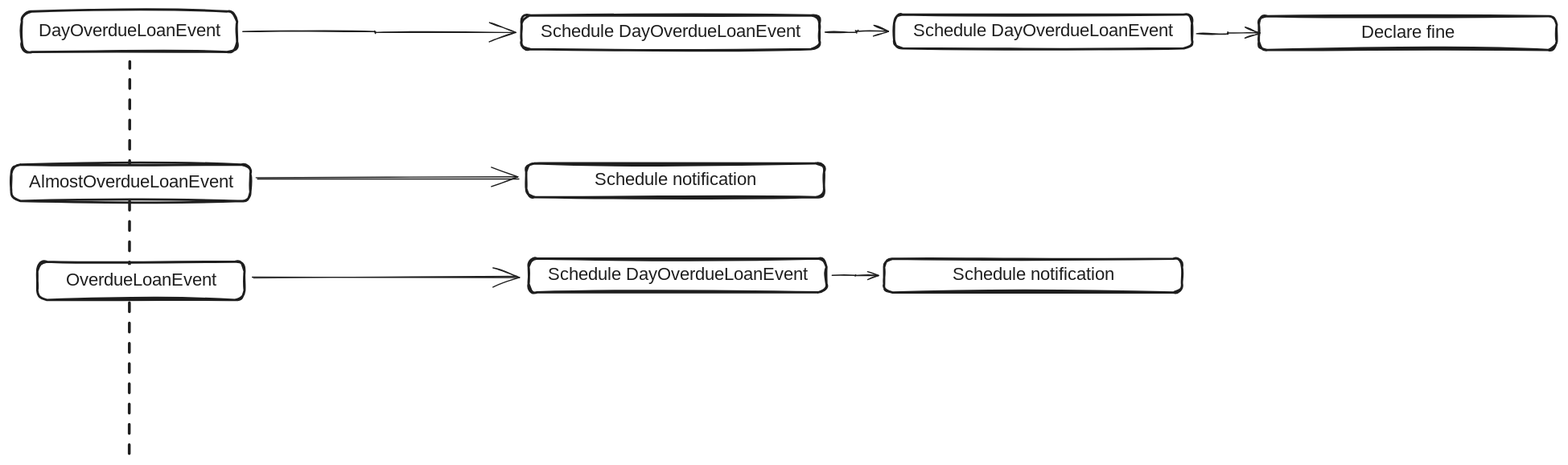
pieter-groenendijk/library-management-system keeps this Excalidraw diagram as documents/design/events/assets/loan-event-actions.excalidraw.svg. Above is the earlier version. Source tidied: one line per element, renumbered; positions are measured from the earlier drawing's top-left corner, leaving out a move shared by most shapes.
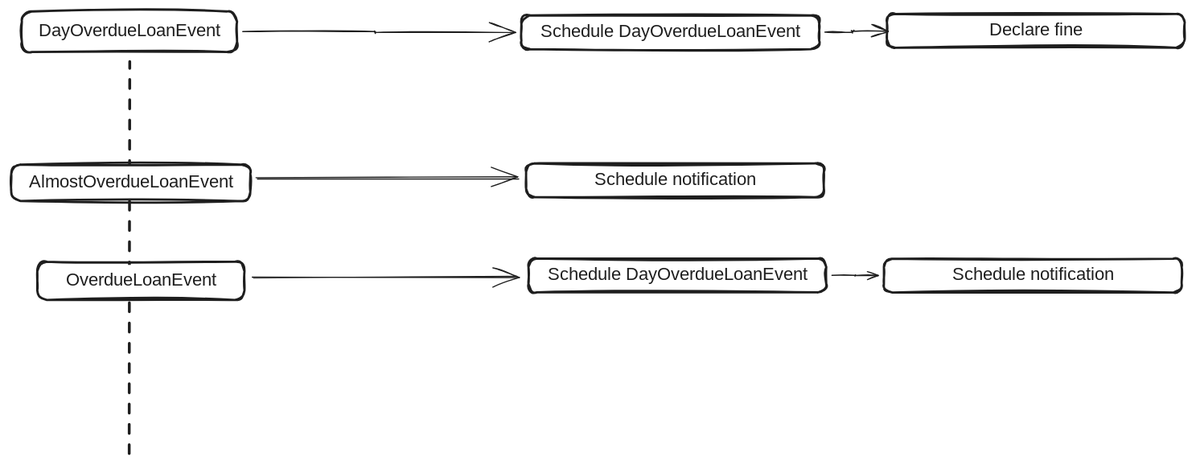
Above is the later version.

What changed in the source:
```diff
@@ -17,9 +17,6 @@
 {"id": 16, "type": "arrow", "strokeColor": "#1e1e1e", "strokeWidth": 1, "roughness": 1, "endArrowhead": "arrow", "from": 12, "x": 206, "y": 18, "width": 242, "height": 1, "points": [[0, 0], [118, 0], [118, 1], [242, 1]]}
 {"id": 17, "type": "rectangle", "strokeColor": "#1e1e1e", "strokeWidth": 2, "roughness": 1, "round": true, "x": 453, "y": 3, "width": 264, "height": 30}
 {"id": 18, "type": "text", "text": "Schedule DayOverdueLoanEvent", "strokeColor": "#1e1e1e", "strokeWidth": 2, "roughness": 1, "fontSize": 16, "fontFamily": 5, "textAlign": "center", "verticalAlign": "middle", "inside": 17, "x": 462, "y": 8, "width": 247, "height": 20}
-{"id": 19, "type": "rectangle", "strokeColor": "#1e1e1e", "strokeWidth": 2, "roughness": 1, "round": true, "x": 784, "y": 3, "width": 264, "height": 30}
-{"id": 20, "type": "text", "text": "Schedule DayOverdueLoanEvent", "strokeColor": "#1e1e1e", "strokeWidth": 2, "roughness": 1, "fontSize": 16, "fontFamily": 5, "textAlign": "center", "verticalAlign": "middle", "inside": 19, "x": 792, "y": 8, "width": 247, "height": 20}
-{"id": 21, "type": "arrow", "strokeColor": "#1e1e1e", "strokeWidth": 1, "roughness": 1, "endArrowhead": "arrow", "from": 17, "to": 19, "x": 722, "y": 18, "width": 56, "height": 1, "points": [[0, 0], [28, 0], [28, -1], [56, -1]]}
+{"id": 21, "type": "arrow", "strokeColor": "#1e1e1e", "strokeWidth": 1, "roughness": 1, "endArrowhead": "arrow", "from": 17, "x": 722, "y": 18, "width": 56, "height": 1, "points": [[0, 0], [25, 0], [25, -1], [56, -1]]}
-{"id": 22, "type": "arrow", "strokeColor": "#1e1e1e", "strokeWidth": 1, "roughness": 1, "endArrowhead": "arrow", "from": 19, "x": 1052, "y": 20, "width": 56, "height": 1, "points": [[0, 0], [28, 0], [28, -1], [56, -1]]}
-{"id": 23, "type": "rectangle", "strokeColor": "#1e1e1e", "strokeWidth": 2, "roughness": 1, "round": true, "x": 1108, "y": 4, "width": 264, "height": 30}
+{"id": 23, "type": "rectangle", "strokeColor": "#1e1e1e", "strokeWidth": 2, "roughness": 1, "round": true, "x": 778, "y": 2, "width": 264, "height": 30}
-{"id": 24, "type": "text", "text": "Declare fine", "strokeColor": "#1e1e1e", "strokeWidth": 2, "roughness": 1, "fontSize": 16, "fontFamily": 5, "textAlign": "center", "verticalAlign": "middle", "inside": 23, "x": 1194, "y": 9, "width": 92, "height": 20}
+{"id": 24, "type": "text", "text": "Declare fine", "strokeColor": "#1e1e1e", "strokeWidth": 2, "roughness": 1, "fontSize": 16, "fontFamily": 5, "textAlign": "center", "verticalAlign": "middle", "inside": 23, "x": 864, "y": 7, "width": 92, "height": 20}
```
